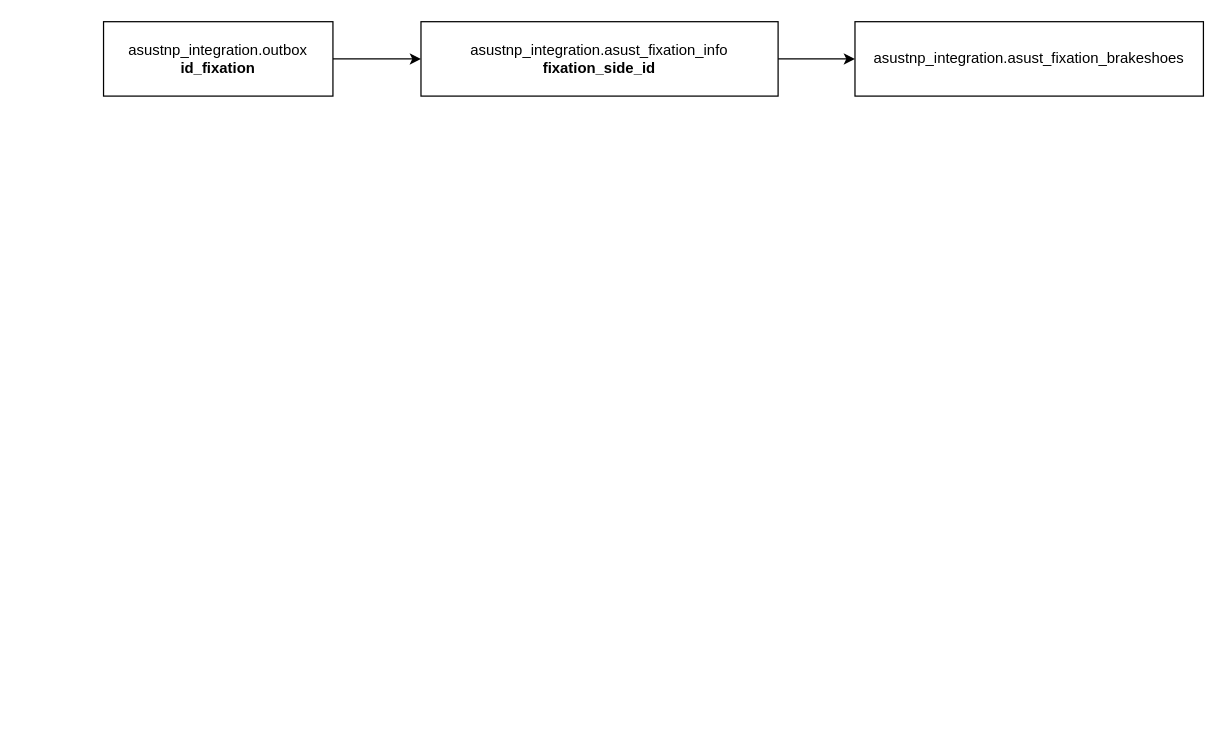
Earlier version of the draw.io diagram Диаграмма без названия.drawio (annazuzu/khozhdeniye_po_mukam_autotestov). Source tidied: cells renumbered, new cells numbered last; positions are measured from the earlier drawing's top-left corner, leaving out a move shared by most shapes. Both pictures are drawn from the tidied source at 124%, with x=0, y=0 at pixel (103, 21).
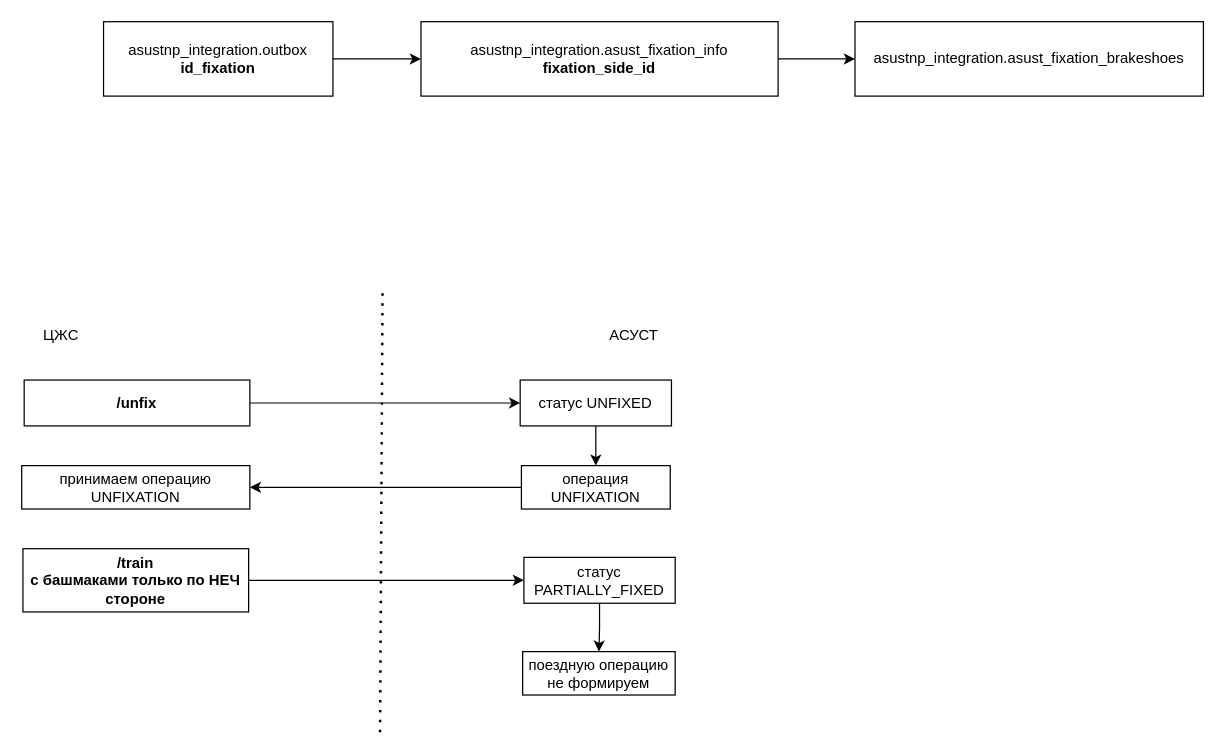
The same diagram, later.

The edit, as a diff of the source:
```diff
@@
+    <mxCell id="7" style="edgeStyle=orthogonalEdgeStyle;rounded=0;jettySize=auto;html=1;" parent="1" edge="1" source="8" target="14">
+      <mxGeometry relative="1" as="geometry" />
+    </mxCell>
+    <mxCell id="8" value="&lt;b&gt;/unfix&lt;/b&gt;" style="rounded=0;whiteSpace=wrap;html=1;" parent="1" vertex="1">
+      <mxGeometry x="-64" y="289" width="182" height="37" as="geometry" />
+    </mxCell>
+    <mxCell id="9" value="ЦЖС" style="text;html=1;align=center;verticalAlign=middle;whiteSpace=wrap;rounded=0;" parent="1" vertex="1">
+      <mxGeometry x="-64" y="238" width="60" height="30" as="geometry" />
+    </mxCell>
+    <mxCell id="10" value="АСУСТ" style="text;html=1;align=center;verticalAlign=middle;whiteSpace=wrap;rounded=0;" parent="1" vertex="1">
+      <mxGeometry x="398" y="238" width="60" height="30" as="geometry" />
+    </mxCell>
+    <mxCell id="11" style="edgeStyle=orthogonalEdgeStyle;rounded=0;jettySize=auto;html=1;" parent="1" edge="1" source="12" target="16">
+      <mxGeometry relative="1" as="geometry" />
+    </mxCell>
+    <mxCell id="12" value="операция UNFIXATION" style="rounded=0;whiteSpace=wrap;html=1;" parent="1" vertex="1">
+      <mxGeometry x="337" y="358" width="120" height="35" as="geometry" />
+    </mxCell>
+    <mxCell id="13" style="edgeStyle=orthogonalEdgeStyle;rounded=0;jettySize=auto;html=1;" parent="1" edge="1" source="14" target="12">
+      <mxGeometry relative="1" as="geometry" />
+    </mxCell>
+    <mxCell id="14" value="статус UNFIXED" style="rounded=0;whiteSpace=wrap;html=1;" parent="1" vertex="1">
+      <mxGeometry x="336" y="289" width="122" height="37" as="geometry" />
+    </mxCell>
+    <mxCell id="15" style="endArrow=none;dashed=1;html=1;dashPattern=1 3;strokeWidth=2;rounded=0;" parent="1" edge="1">
+      <mxGeometry relative="1" as="geometry">
+        <mxPoint x="223" y="573" as="sourcePoint" />
+        <mxPoint x="225" y="219" as="targetPoint" />
+      </mxGeometry>
+    </mxCell>
+    <mxCell id="16" value="принимаем операцию UNFIXATION" style="rounded=0;whiteSpace=wrap;html=1;" parent="1" vertex="1">
+      <mxGeometry x="-66" y="358" width="184" height="35" as="geometry" />
+    </mxCell>
+    <mxCell id="17" style="edgeStyle=orthogonalEdgeStyle;rounded=0;jettySize=auto;html=1;entryX=0;entryY=0.5;entryDx=0;entryDy=0;" parent="1" edge="1" source="18" target="21">
+      <mxGeometry relative="1" as="geometry" />
+    </mxCell>
+    <mxCell id="18" value="&lt;b&gt;/train&lt;br&gt;с башмаками только по НЕЧ стороне&lt;/b&gt;" style="rounded=0;whiteSpace=wrap;html=1;" parent="1" vertex="1">
+      <mxGeometry x="-65" y="425" width="182" height="51" as="geometry" />
+    </mxCell>
+    <mxCell id="19" value="поездную операцию не формируем" style="rounded=0;whiteSpace=wrap;html=1;" parent="1" vertex="1">
+      <mxGeometry x="338" y="508" width="123" height="35" as="geometry" />
+    </mxCell>
+    <mxCell id="20" style="edgeStyle=orthogonalEdgeStyle;rounded=0;jettySize=auto;html=1;" parent="1" edge="1" source="21" target="19">
+      <mxGeometry relative="1" as="geometry" />
+    </mxCell>
+    <mxCell id="21" value="статус PARTIALLY_FIXED" style="rounded=0;whiteSpace=wrap;html=1;" parent="1" vertex="1">
+      <mxGeometry x="339" y="432" width="122" height="37" as="geometry" />
+    </mxCell>
```
